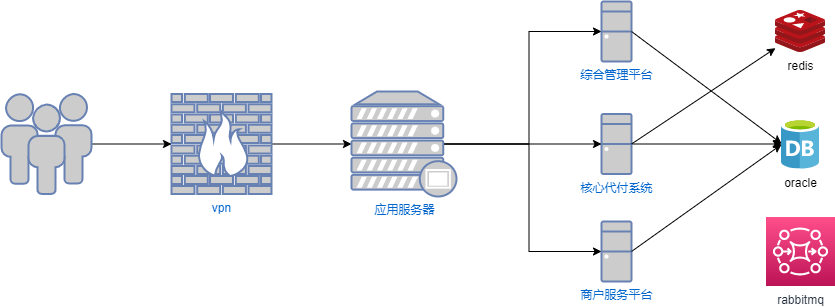
Above: Untitled Diagram.drawio.png in songyibo2019/mydiagrams (draw.io), before the change. Source tidied: cells renumbered, new cells last; positions are measured from the earlier drawing's top-left corner, leaving out a move shared by most shapes.
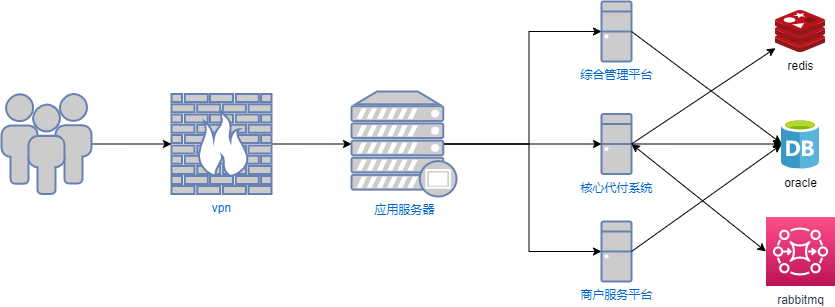
Above is the later version.

The edit, as a diff of the source:
```diff
@@ -58,5 +58,8 @@
         <mxPoint x="780" y="143" as="targetPoint" />
       </mxGeometry>
     </mxCell>
+    <mxCell id="20" style="endArrow=classic;startArrow=classic;html=1;rounded=0;entryX=1;entryY=0.5;entryDx=0;entryDy=0;entryPerimeter=0;exitX=0;exitY=0.5;exitDx=0;exitDy=0;exitPerimeter=0;" parent="1" edge="1" source="15" target="8">
+      <mxGeometry relative="1" as="geometry" />
+    </mxCell>
   </root>
 </mxGraphModel>
```
